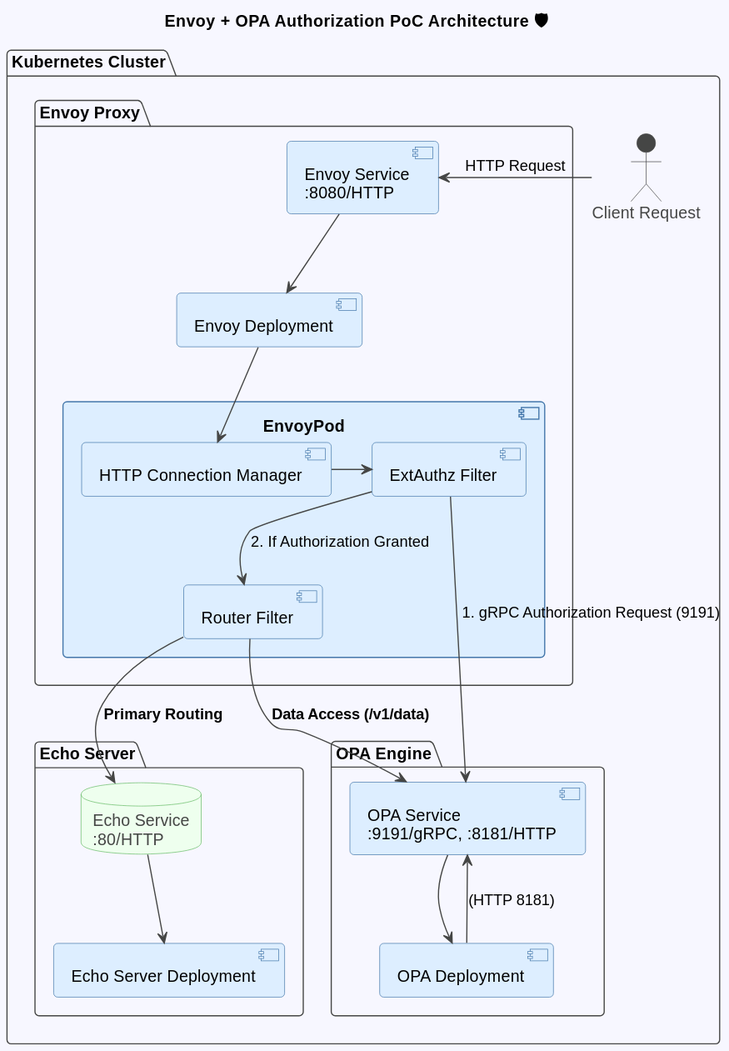
kanywst/envoy-external-authorization-filter-simple keeps this PlantUML diagram as out/assets/artifacture-diagram/artifacture-diagram.svg. Above is the earlier version. Source of this version:
```plantuml
@startuml
!theme toy

title Envoy + OPA Authorization PoC Architecture 🛡️

skinparam backgroundcolor #f7f7ff
skinparam defaultFontName "Arial"
skinparam component {
  BorderColor #4477aa
  BackgroundColor #ddeeff
}
skinparam database {
  BorderColor #66bb66
  BackgroundColor #eeffee
}

package "Kubernetes Cluster" as KubeCluster {

  actor Client as "Client Request"

  package "Envoy Proxy" as EnvoyGroup {
    component EnvoyService as "Envoy Service\n:8080/HTTP"
    component EnvoyDeployment as "Envoy Deployment"

    component EnvoyPod {
      component Httpmgr as "HTTP Connection Manager"
      component ExtAuthz as "ExtAuthz Filter"
      component Router as "Router Filter"
    }
  }

  package "OPA Engine" as OPAGroup {
    component OPAService as "OPA Service\n:9191/gRPC, :8181/HTTP"
    component OPADeployment as "OPA Deployment"
  }

  package "Echo Server" as EchoGroup {
    database EchoService as "Echo Service\n:80/HTTP"
    component EchoDeployment as "Echo Server Deployment"
  }

  Client -> EnvoyService : HTTP Request
  EnvoyService --> EnvoyDeployment
  EnvoyDeployment --> Httpmgr

  Httpmgr -> ExtAuthz
  ExtAuthz -> OPAService : 1. gRPC Authorization Request (9191)

  OPAService --> OPADeployment
  OPADeployment --> OPAService : (HTTP 8181)

  ExtAuthz --> Router : 2. If Authorization Granted

  Router --> EchoService : **Primary Routing**
  EchoService --> EchoDeployment

  Router --> OPAService : **Data Access (/v1/data)**

}
@enduml
```
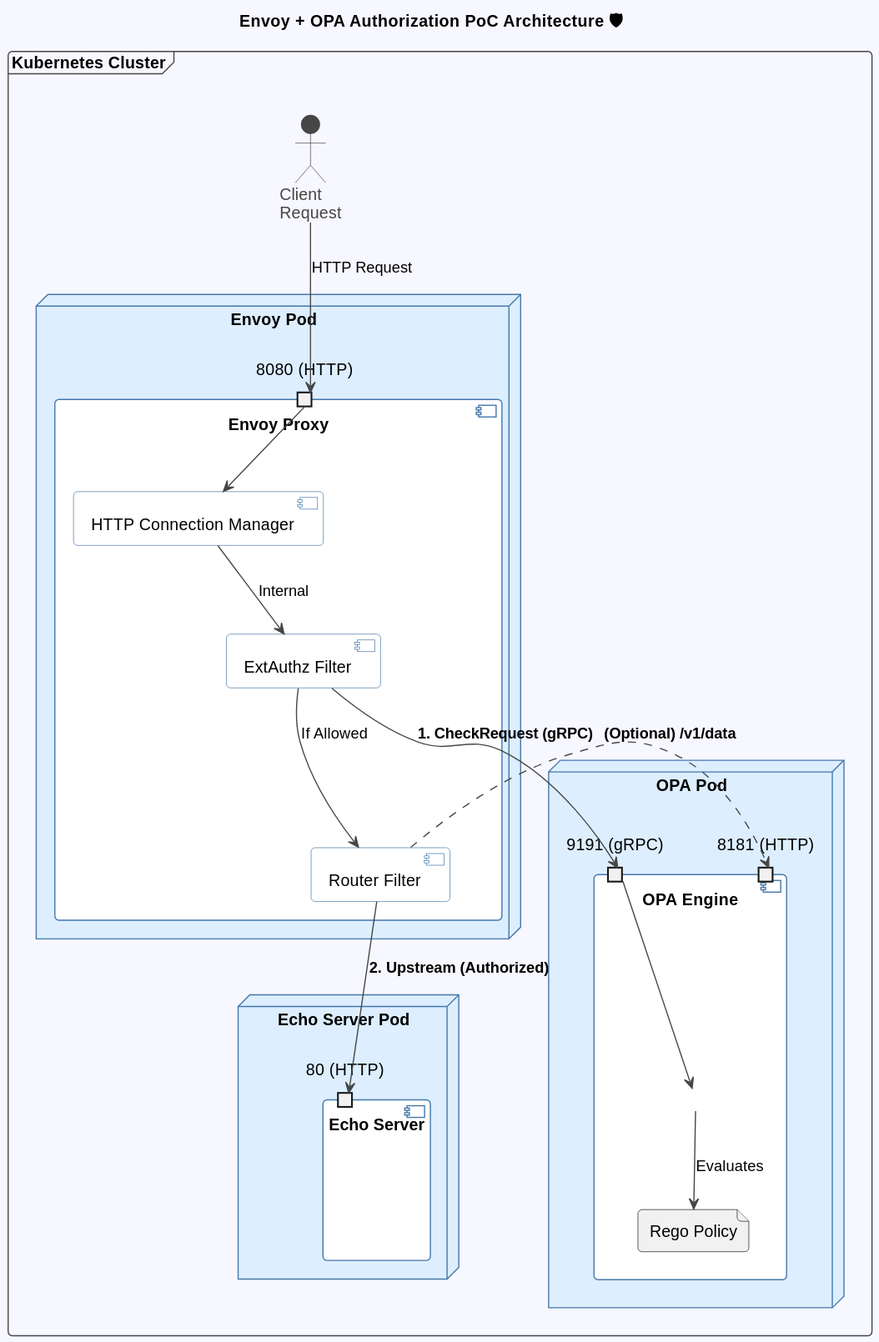
After the commit.

What changed in the source:
```diff
@@ -5,56 +5,61 @@
 
 skinparam backgroundcolor #f7f7ff
 skinparam defaultFontName "Arial"
-skinparam component {
+skinparam node {
   BorderColor #4477aa
   BackgroundColor #ddeeff
 }
-skinparam database {
+skinparam component {
+  BorderColor #4477aa
+  BackgroundColor #ffffff
+}
+skinparam interface {
   BorderColor #66bb66
   BackgroundColor #eeffee
 }
 
-package "Kubernetes Cluster" as KubeCluster {
+frame "Kubernetes Cluster" as KubeCluster {
 
-  actor Client as "Client Request"
+  actor Client as "Client\nRequest"
 
-  package "Envoy Proxy" as EnvoyGroup {
-    component EnvoyService as "Envoy Service\n:8080/HTTP"
-    component EnvoyDeployment as "Envoy Deployment"
+  node "Envoy Pod" as EnvoyPodNode {
+    component "Envoy Proxy" as Envoy {
+      port "8080 (HTTP)" as P_Envoy
+      component "HTTP Connection Manager" as HCM
+      component "ExtAuthz Filter" as ExtAuthz
+      component "Router Filter" as Router
 
-    component EnvoyPod {
-      component Httpmgr as "HTTP Connection Manager"
-      component ExtAuthz as "ExtAuthz Filter"
-      component Router as "Router Filter"
+      HCM --> ExtAuthz : Internal
+      ExtAuthz --> Router : If Allowed
     }
   }
 
-  package "OPA Engine" as OPAGroup {
-    component OPAService as "OPA Service\n:9191/gRPC, :8181/HTTP"
-    component OPADeployment as "OPA Deployment"
+  node "OPA Pod" as OPAPodNode {
+    component "OPA Engine" as OPA {
+      port "9191 (gRPC)" as P_OPA_gRPC
+      port "8181 (HTTP)" as P_OPA_HTTP
+      file "Rego Policy" as Rego
+
+      OPA -down-> Rego : Evaluates
+    }
   }
 
-  package "Echo Server" as EchoGroup {
-    database EchoService as "Echo Service\n:80/HTTP"
-    component EchoDeployment as "Echo Server Deployment"
+  node "Echo Server Pod" as EchoPodNode {
+    component "Echo Server" as Echo {
+      port "80 (HTTP)" as P_Echo
+    }
   }
 
-  Client -> EnvoyService : HTTP Request
-  EnvoyService --> EnvoyDeployment
-  EnvoyDeployment --> Httpmgr
 
-  Httpmgr -> ExtAuthz
-  ExtAuthz -> OPAService : 1. gRPC Authorization Request (9191)
+  Client --> P_Envoy : HTTP Request
+  P_Envoy --> HCM
 
-  OPAService --> OPADeployment
-  OPADeployment --> OPAService : (HTTP 8181)
+  ExtAuthz -right-> P_OPA_gRPC : **1. CheckRequest (gRPC)**
+  P_OPA_gRPC --> OPA
 
-  ExtAuthz --> Router : 2. If Authorization Granted
+  Router -down-> P_Echo : **2. Upstream (Authorized)**
 
-  Router --> EchoService : **Primary Routing**
-  EchoService --> EchoDeployment
-
-  Router --> OPAService : **Data Access (/v1/data)**
+  Router .right.> P_OPA_HTTP : **(Optional) /v1/data**
 
 }
 @enduml
```
